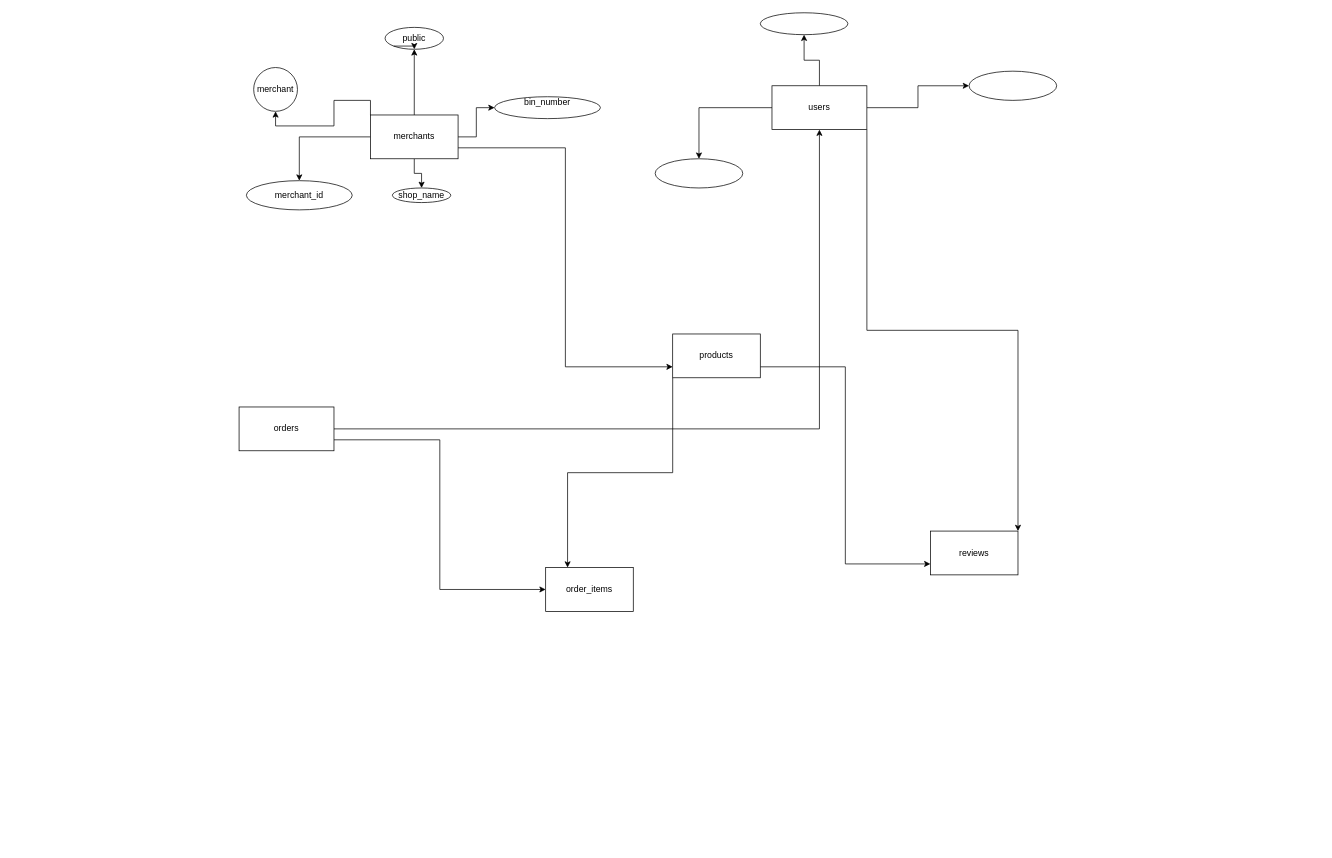
Before: kaspidb.drawio in ratzh/pp2, a draw.io diagram. Source tidied: cells renumbered, new cells numbered last; positions are measured from the earlier drawing's top-left corner, leaving out a move shared by most shapes. Both pictures are drawn from the tidied source at 73%, with x=0, y=0 at pixel (239, 12).
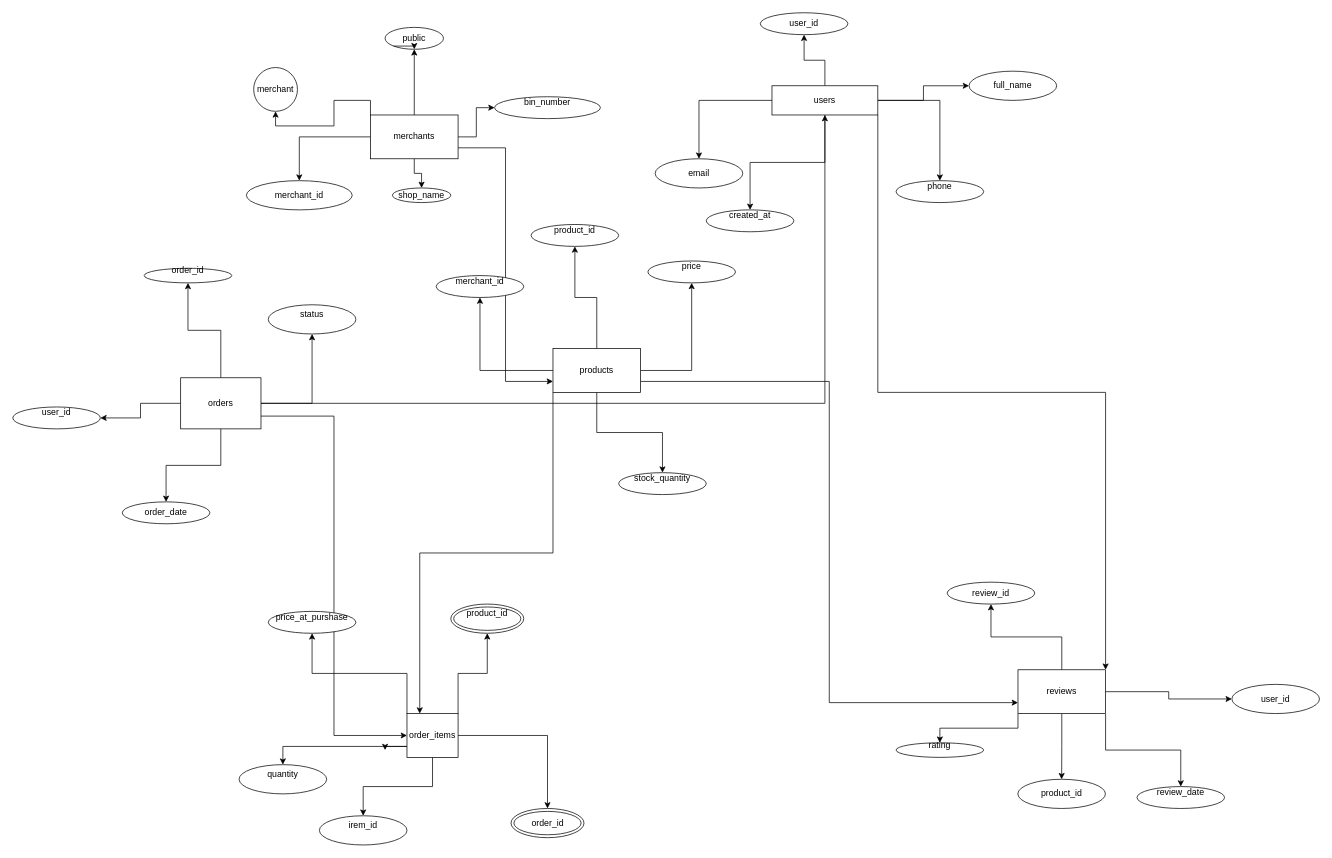
After the change.

Diff of the diagram source:
```diff
@@
+    <mxCell id="31" style="edgeStyle=orthogonalEdgeStyle;rounded=0;jettySize=auto;html=1;exitX=0.5;exitY=1;exitDx=0;exitDy=0;" parent="1" edge="1" source="9" target="62">
+      <mxGeometry relative="1" as="geometry" />
+    </mxCell>
+    <mxCell id="32" style="edgeStyle=orthogonalEdgeStyle;rounded=0;jettySize=auto;html=1;" parent="1" edge="1" source="9" target="63">
+      <mxGeometry relative="1" as="geometry" />
+    </mxCell>
+    <mxCell id="33" style="edgeStyle=orthogonalEdgeStyle;rounded=0;jettySize=auto;html=1;exitX=1;exitY=0;exitDx=0;exitDy=0;" parent="1" edge="1" source="9" target="64">
+      <mxGeometry relative="1" as="geometry" />
+    </mxCell>
+    <mxCell id="34" style="edgeStyle=orthogonalEdgeStyle;rounded=0;jettySize=auto;html=1;exitX=0;exitY=0.75;exitDx=0;exitDy=0;" parent="1" edge="1" source="9">
+      <mxGeometry relative="1" as="geometry">
+        <mxPoint x="200" y="1010" as="targetPoint" />
+      </mxGeometry>
+    </mxCell>
+    <mxCell id="35" style="edgeStyle=orthogonalEdgeStyle;rounded=0;jettySize=auto;html=1;exitX=0;exitY=0.75;exitDx=0;exitDy=0;" parent="1" edge="1" source="9" target="65">
+      <mxGeometry relative="1" as="geometry" />
+    </mxCell>
+    <mxCell id="36" style="edgeStyle=orthogonalEdgeStyle;rounded=0;jettySize=auto;html=1;exitX=0;exitY=0;exitDx=0;exitDy=0;" parent="1" edge="1" source="9" target="66">
+      <mxGeometry relative="1" as="geometry" />
+    </mxCell>
     <mxCell id="9" value="order_items" style="rounded=0;whiteSpace=wrap;html=1;" parent="1" vertex="1">
-      <mxGeometry x="420" y="760" width="120" height="60" as="geometry" />
+      <mxGeometry x="230" y="960" width="70" height="60" as="geometry" />
     </mxCell>
@@
+    <mxCell id="37" style="edgeStyle=orthogonalEdgeStyle;rounded=0;jettySize=auto;html=1;exitX=0.5;exitY=0;exitDx=0;exitDy=0;" parent="1" edge="1" source="12" target="58">
+      <mxGeometry relative="1" as="geometry" />
+    </mxCell>
+    <mxCell id="38" style="edgeStyle=orthogonalEdgeStyle;rounded=0;jettySize=auto;html=1;exitX=0;exitY=0.5;exitDx=0;exitDy=0;" parent="1" edge="1" source="12" target="59">
+      <mxGeometry relative="1" as="geometry" />
+    </mxCell>
+    <mxCell id="39" style="edgeStyle=orthogonalEdgeStyle;rounded=0;jettySize=auto;html=1;exitX=0.5;exitY=1;exitDx=0;exitDy=0;" parent="1" edge="1" source="12" target="60">
+      <mxGeometry relative="1" as="geometry" />
+    </mxCell>
+    <mxCell id="40" style="edgeStyle=orthogonalEdgeStyle;rounded=0;jettySize=auto;html=1;" parent="1" edge="1" source="12" target="61">
+      <mxGeometry relative="1" as="geometry" />
+    </mxCell>
     <mxCell id="12" value="orders" style="rounded=0;whiteSpace=wrap;html=1;" parent="1" vertex="1">
-      <mxGeometry y="540" width="130" height="60" as="geometry" />
+      <mxGeometry x="-80" y="500" width="110" height="70" as="geometry" />
     </mxCell>
@@
+    <mxCell id="41" style="edgeStyle=orthogonalEdgeStyle;rounded=0;jettySize=auto;html=1;" parent="1" edge="1" source="15" target="54">
+      <mxGeometry relative="1" as="geometry" />
+    </mxCell>
+    <mxCell id="42" style="edgeStyle=orthogonalEdgeStyle;rounded=0;jettySize=auto;html=1;exitX=0;exitY=0.5;exitDx=0;exitDy=0;" parent="1" edge="1" source="15" target="55">
+      <mxGeometry relative="1" as="geometry" />
+    </mxCell>
+    <mxCell id="43" style="edgeStyle=orthogonalEdgeStyle;rounded=0;jettySize=auto;html=1;exitX=1;exitY=0.5;exitDx=0;exitDy=0;" parent="1" edge="1" source="15" target="56">
+      <mxGeometry relative="1" as="geometry" />
+    </mxCell>
+    <mxCell id="44" style="edgeStyle=orthogonalEdgeStyle;rounded=0;jettySize=auto;html=1;exitX=0.5;exitY=1;exitDx=0;exitDy=0;" parent="1" edge="1" source="15" target="57">
+      <mxGeometry relative="1" as="geometry" />
+    </mxCell>
     <mxCell id="15" value="products" style="rounded=0;whiteSpace=wrap;html=1;" parent="1" vertex="1">
-      <mxGeometry x="594" y="440" width="120" height="60" as="geometry" />
+      <mxGeometry x="430" y="460" width="120" height="60" as="geometry" />
     </mxCell>
@@
+    <mxCell id="45" style="edgeStyle=orthogonalEdgeStyle;rounded=0;jettySize=auto;html=1;" parent="1" edge="1" source="20" target="52">
+      <mxGeometry relative="1" as="geometry" />
+    </mxCell>
+    <mxCell id="46" style="edgeStyle=orthogonalEdgeStyle;rounded=0;jettySize=auto;html=1;" parent="1" edge="1" source="20" target="53">
+      <mxGeometry relative="1" as="geometry" />
+    </mxCell>
     <mxCell id="20" value="users" style="rounded=0;whiteSpace=wrap;html=1;" parent="1" vertex="1">
-      <mxGeometry x="730" y="100" width="130" height="60" as="geometry" />
+      <mxGeometry x="730" y="100" width="145" height="40" as="geometry" />
     </mxCell>
+    <mxCell id="47" style="edgeStyle=orthogonalEdgeStyle;rounded=0;jettySize=auto;html=1;exitX=0.5;exitY=0;exitDx=0;exitDy=0;" parent="1" edge="1" source="21" target="67">
+      <mxGeometry relative="1" as="geometry" />
+    </mxCell>
+    <mxCell id="48" style="edgeStyle=orthogonalEdgeStyle;rounded=0;jettySize=auto;html=1;exitX=1;exitY=0.5;exitDx=0;exitDy=0;" parent="1" edge="1" source="21" target="68">
+      <mxGeometry relative="1" as="geometry" />
+    </mxCell>
+    <mxCell id="49" style="edgeStyle=orthogonalEdgeStyle;rounded=0;jettySize=auto;html=1;exitX=0.5;exitY=1;exitDx=0;exitDy=0;" parent="1" edge="1" source="21" target="69">
+      <mxGeometry relative="1" as="geometry" />
+    </mxCell>
+    <mxCell id="50" style="edgeStyle=orthogonalEdgeStyle;rounded=0;jettySize=auto;html=1;exitX=0;exitY=1;exitDx=0;exitDy=0;" parent="1" edge="1" source="21" target="70">
+      <mxGeometry relative="1" as="geometry" />
+    </mxCell>
+    <mxCell id="51" style="edgeStyle=orthogonalEdgeStyle;rounded=0;jettySize=auto;html=1;exitX=1;exitY=1;exitDx=0;exitDy=0;" parent="1" edge="1" source="21" target="71">
+      <mxGeometry relative="1" as="geometry" />
+    </mxCell>
     <mxCell id="21" value="reviews" style="rounded=0;whiteSpace=wrap;html=1;" parent="1" vertex="1">
-      <mxGeometry x="947" y="710" width="120" height="60" as="geometry" />
+      <mxGeometry x="1067" y="900" width="120" height="60" as="geometry" />
     </mxCell>
@@
-    <mxCell id="28" style="ellipse;whiteSpace=wrap;html=1;shapeInside=1;" parent="1" vertex="1">
+    <mxCell id="28" value="user_id" style="ellipse;whiteSpace=wrap;html=1;shapeInside=1;" parent="1" vertex="1">
       <mxGeometry x="714" width="120" height="30" as="geometry" />
     </mxCell>
-    <mxCell id="29" style="ellipse;whiteSpace=wrap;html=1;shapeInside=1;" parent="1" vertex="1">
+    <mxCell id="29" value="full_name" style="ellipse;whiteSpace=wrap;html=1;shapeInside=1;" parent="1" vertex="1">
       <mxGeometry x="1000" y="80" width="120" height="40" as="geometry" />
     </mxCell>
-    <mxCell id="30" style="ellipse;whiteSpace=wrap;html=1;shapeInside=1;" parent="1" vertex="1">
+    <mxCell id="30" value="email" style="ellipse;whiteSpace=wrap;html=1;shapeInside=1;" parent="1" vertex="1">
       <mxGeometry x="570" y="200" width="120" height="40" as="geometry" />
     </mxCell>
+    <mxCell id="52" value="phone&lt;div&gt;&lt;br/&gt;&lt;/div&gt;" style="ellipse;whiteSpace=wrap;html=1;shapeInside=1;" parent="1" vertex="1">
+      <mxGeometry x="900" y="230" width="120" height="30" as="geometry" />
+    </mxCell>
+    <mxCell id="53" value="created_at&lt;div&gt;&lt;br/&gt;&lt;/div&gt;" style="ellipse;whiteSpace=wrap;html=1;shapeInside=1;" parent="1" vertex="1">
+      <mxGeometry x="640" y="270" width="120" height="30" as="geometry" />
+    </mxCell>
+    <mxCell id="54" value="product_id&lt;div&gt;&lt;br/&gt;&lt;/div&gt;" style="ellipse;whiteSpace=wrap;html=1;shapeInside=1;" parent="1" vertex="1">
+      <mxGeometry x="400" y="290" width="120" height="30" as="geometry" />
+    </mxCell>
+    <mxCell id="55" value="merchant_id&lt;div&gt;&lt;br/&gt;&lt;/div&gt;" style="ellipse;whiteSpace=wrap;html=1;shapeInside=1;" parent="1" vertex="1">
+      <mxGeometry x="270" y="360" width="120" height="30" as="geometry" />
+    </mxCell>
+    <mxCell id="56" value="price&lt;br&gt;&lt;div&gt;&lt;br/&gt;&lt;/div&gt;" style="ellipse;whiteSpace=wrap;html=1;shapeInside=1;" parent="1" vertex="1">
+      <mxGeometry x="560" y="340" width="120" height="30" as="geometry" />
+    </mxCell>
+    <mxCell id="57" value="stock_quantity&lt;div&gt;&lt;br/&gt;&lt;/div&gt;" style="ellipse;whiteSpace=wrap;html=1;shapeInside=1;" parent="1" vertex="1">
+      <mxGeometry x="520" y="630" width="120" height="30" as="geometry" />
+    </mxCell>
+    <mxCell id="58" value="order_id&lt;div&gt;&lt;br/&gt;&lt;/div&gt;" style="ellipse;whiteSpace=wrap;html=1;shapeInside=1;" parent="1" vertex="1">
+      <mxGeometry x="-130" y="350" width="120" height="20" as="geometry" />
+    </mxCell>
+    <mxCell id="59" value="user_id&lt;div&gt;&lt;br/&gt;&lt;/div&gt;" style="ellipse;whiteSpace=wrap;html=1;shapeInside=1;" parent="1" vertex="1">
+      <mxGeometry x="-310" y="540" width="120" height="30" as="geometry" />
+    </mxCell>
+    <mxCell id="60" value="order_date" style="ellipse;whiteSpace=wrap;html=1;shapeInside=1;" parent="1" vertex="1">
+      <mxGeometry x="-160" y="670" width="120" height="30" as="geometry" />
+    </mxCell>
+    <mxCell id="61" value="status&lt;br&gt;&lt;div&gt;&lt;br/&gt;&lt;/div&gt;" style="ellipse;whiteSpace=wrap;html=1;shapeInside=1;" parent="1" vertex="1">
+      <mxGeometry x="40" y="400" width="120" height="40" as="geometry" />
+    </mxCell>
+    <mxCell id="62" value="irem_id&lt;div&gt;&lt;br/&gt;&lt;/div&gt;" style="ellipse;whiteSpace=wrap;html=1;shapeInside=1;" parent="1" vertex="1">
+      <mxGeometry x="110" y="1100" width="120" height="40" as="geometry" />
+    </mxCell>
+    <mxCell id="63" value="order_id" style="ellipse;shape=doubleEllipse;whiteSpace=wrap;html=1;" parent="1" vertex="1">
+      <mxGeometry x="372.5" y="1090" width="100" height="40" as="geometry" />
+    </mxCell>
+    <mxCell id="64" value="product_id&lt;div&gt;&lt;br&gt;&lt;/div&gt;" style="ellipse;shape=doubleEllipse;whiteSpace=wrap;html=1;" parent="1" vertex="1">
+      <mxGeometry x="290" y="810" width="100" height="40" as="geometry" />
+    </mxCell>
+    <mxCell id="65" value="quantity&lt;div&gt;&lt;br/&gt;&lt;/div&gt;" style="ellipse;whiteSpace=wrap;html=1;shapeInside=1;" parent="1" vertex="1">
+      <mxGeometry y="1030" width="120" height="40" as="geometry" />
+    </mxCell>
+    <mxCell id="66" value="price_at_purshase&lt;div&gt;&lt;br/&gt;&lt;/div&gt;" style="ellipse;whiteSpace=wrap;html=1;shapeInside=1;" parent="1" vertex="1">
+      <mxGeometry x="40" y="820" width="120" height="30" as="geometry" />
+    </mxCell>
+    <mxCell id="67" value="review_id" style="ellipse;whiteSpace=wrap;html=1;shapeInside=1;" parent="1" vertex="1">
+      <mxGeometry x="970" y="780" width="120" height="30" as="geometry" />
+    </mxCell>
+    <mxCell id="68" value="user_id" style="ellipse;whiteSpace=wrap;html=1;shapeInside=1;" parent="1" vertex="1">
+      <mxGeometry x="1360" y="920" width="120" height="40" as="geometry" />
+    </mxCell>
+    <mxCell id="69" value="product_id" style="ellipse;whiteSpace=wrap;html=1;shapeInside=1;" parent="1" vertex="1">
+      <mxGeometry x="1066.8" y="1050" width="120" height="40" as="geometry" />
+    </mxCell>
+    <mxCell id="70" value="rating&lt;div&gt;&lt;br/&gt;&lt;/div&gt;" style="ellipse;whiteSpace=wrap;html=1;shapeInside=1;" parent="1" vertex="1">
+      <mxGeometry x="900" y="1000" width="120" height="20" as="geometry" />
+    </mxCell>
+    <mxCell id="71" value="review_date&lt;div&gt;&lt;br/&gt;&lt;/div&gt;" style="ellipse;whiteSpace=wrap;html=1;shapeInside=1;" parent="1" vertex="1">
+      <mxGeometry x="1230" y="1060" width="120" height="30" as="geometry" />
+    </mxCell>
```
